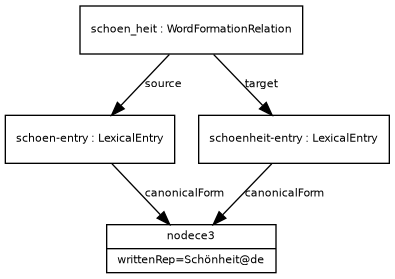
ontolex/morph keeps this Graphviz diagram as examples/example_17.png. Above is the earlier version. Its source is kept beside it as examples/example_17.dot.
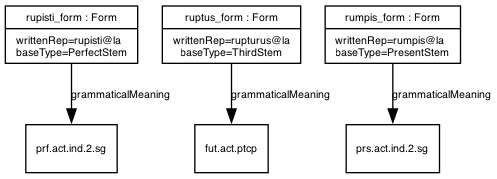
Later version of the same file.

What changed in the source:
```diff
@@ -13,13 +13,13 @@
       fontsize = 8
     ]
 
-nodece3 [ label="{nodece3|writtenRep=schön@de}" ]
-schoenentry -> nodece3 [ label="canonicalForm" ]
-schoenentry [ label="{schoen-entry : LexicalEntry}" ]
-schoen_heit -> schoenentry [ label="source" ]
-nodece3 [ label="{nodece3|writtenRep=Schönheit@de}" ]
-schoenheitentry -> nodece3 [ label="canonicalForm" ]
-schoenheitentry [ label="{schoenheit-entry : LexicalEntry}" ]
-schoen_heit -> schoenheitentry [ label="target" ]
-schoen_heit [ label="{schoen_heit : WordFormationRelation}" ]
+prfactind2sg [ label="{prf.act.ind.2.sg}" ]
+rupisti_form -> prfactind2sg [ label="grammaticalMeaning" ]
+rupisti_form [ label="{rupisti_form : Form|writtenRep=rupisti@la\lbaseType=PerfectStem}" ]
+futactptcp [ label="{fut.act.ptcp}" ]
+ruptus_form -> futactptcp [ label="grammaticalMeaning" ]
+ruptus_form [ label="{ruptus_form : Form|writtenRep=rupturus@la\lbaseType=ThirdStem}" ]
+prsactind2sg [ label="{prs.act.ind.2.sg}" ]
+rumpis_form -> prsactind2sg [ label="grammaticalMeaning" ]
+rumpis_form [ label="{rumpis_form : Form|writtenRep=rumpis@la\lbaseType=PresentStem}" ]
 }
```
